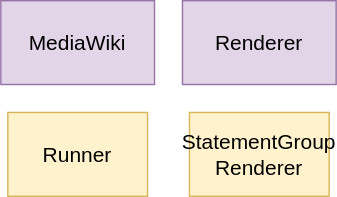
Earlier version of the draw.io export systems/WikibaseClient/diagrams/05-entitydataaccess-parserfunctions.drawio.svg (wmde/wikidata-wikibase-architecture). Source tidied: cells renumbered, new cells last; positions are measured from the earlier drawing's top-left corner, leaving out a move shared by most shapes. The source it was exported from:
```xml
<mxGraphModel>
  <root>
    <mxCell id="0" />
    <mxCell id="1" parent="0" />
    <mxCell id="2" value="StatementGroup&lt;br&gt;Renderer" style="whiteSpace=wrap;html=1;fillColor=#fff2cc;strokeColor=#d6b656;fontSize=15;fontStyle=0;" parent="1" vertex="1">
      <mxGeometry x="135" y="80" width="100" height="60" as="geometry" />
    </mxCell>
    <mxCell id="3" value="Runner" style="whiteSpace=wrap;html=1;fillColor=#fff2cc;strokeColor=#d6b656;fontSize=15;fontStyle=0;" parent="1" vertex="1">
      <mxGeometry x="5" y="80" width="100" height="60" as="geometry" />
    </mxCell>
    <mxCell id="4" value="Renderer" style="whiteSpace=wrap;html=1;fillColor=#e1d5e7;strokeColor=#9673a6;fontSize=15;fontStyle=0;" parent="1" vertex="1">
      <mxGeometry x="130" width="110" height="60" as="geometry" />
    </mxCell>
    <mxCell id="5" value="MediaWiki" style="whiteSpace=wrap;html=1;fillColor=#e1d5e7;strokeColor=#9673a6;fontSize=15;fontStyle=0;" parent="1" vertex="1">
      <mxGeometry width="110" height="60" as="geometry" />
    </mxCell>
  </root>
</mxGraphModel>
```
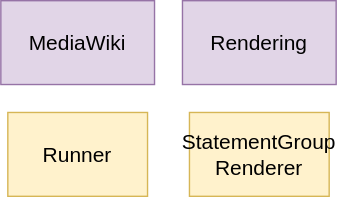
Later version of the same file.

Commit message:
Renderer -> Rendering

What changed in the source:
```diff
@@ -8,7 +8,7 @@
     <mxCell id="3" value="Runner" style="whiteSpace=wrap;html=1;fillColor=#fff2cc;strokeColor=#d6b656;fontSize=15;fontStyle=0;" parent="1" vertex="1">
       <mxGeometry x="5" y="80" width="100" height="60" as="geometry" />
     </mxCell>
-    <mxCell id="4" value="Renderer" style="whiteSpace=wrap;html=1;fillColor=#e1d5e7;strokeColor=#9673a6;fontSize=15;fontStyle=0;" parent="1" vertex="1">
+    <mxCell id="4" value="Rendering" style="whiteSpace=wrap;html=1;fillColor=#e1d5e7;strokeColor=#9673a6;fontSize=15;fontStyle=0;" parent="1" vertex="1">
       <mxGeometry x="130" width="110" height="60" as="geometry" />
     </mxCell>
     <mxCell id="5" value="MediaWiki" style="whiteSpace=wrap;html=1;fillColor=#e1d5e7;strokeColor=#9673a6;fontSize=15;fontStyle=0;" parent="1" vertex="1">
```
